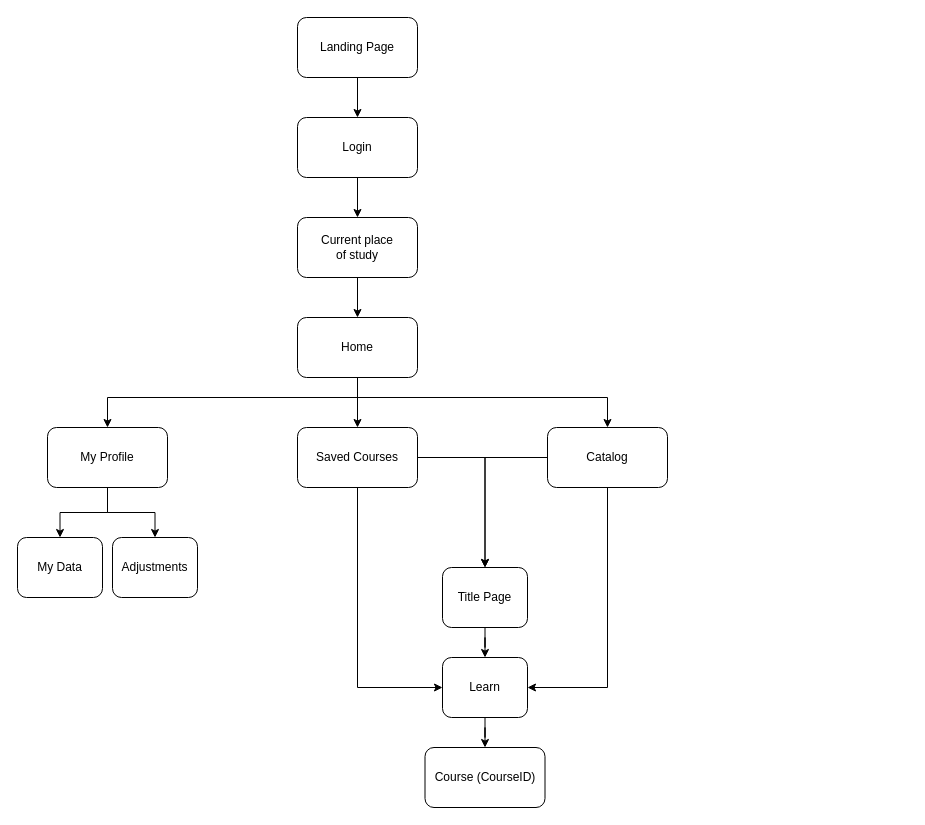
The draw.io diagram Documents/Modulado_de_datos/NebriAcademy_Routing.drawio in ChaoAlarcon/NebriAcademy-Now, before the edit. Source tidied: cells renumbered, new cells numbered last; positions are measured from the earlier drawing's top-left corner, leaving out a move shared by most shapes. Both pictures are drawn from the tidied source at 100%, with x=0, y=0 at pixel (17, 17).
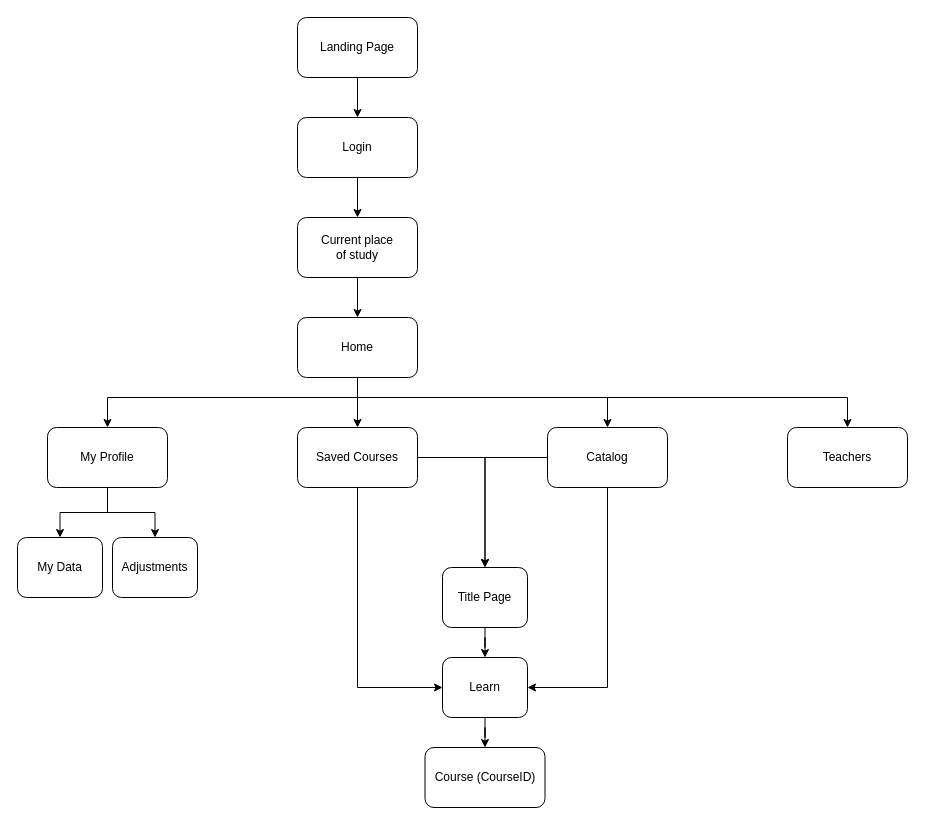
After the change.

The change refers to these unchanged cells:
```xml
<mxCell id="9" value="Home" style="rounded=1;whiteSpace=wrap;html=1;" parent="1" vertex="1">
  <mxGeometry x="280" y="300" width="120" height="60" as="geometry" />
</mxCell>
```

What changed in the source:
```diff
@@
+    <mxCell id="28" style="edgeStyle=orthogonalEdgeStyle;rounded=0;jettySize=auto;html=1;entryX=0.5;entryY=0;entryDx=0;entryDy=0;" parent="1" edge="1" source="9" target="29">
+      <mxGeometry relative="1" as="geometry">
+        <Array as="points">
+          <mxPoint x="340" y="380" />
+          <mxPoint x="830" y="380" />
+        </Array>
+      </mxGeometry>
+    </mxCell>
@@
+    <mxCell id="29" value="Teachers" style="rounded=1;whiteSpace=wrap;html=1;" parent="1" vertex="1">
+      <mxGeometry x="770" y="410" width="120" height="60" as="geometry" />
+    </mxCell>
```
